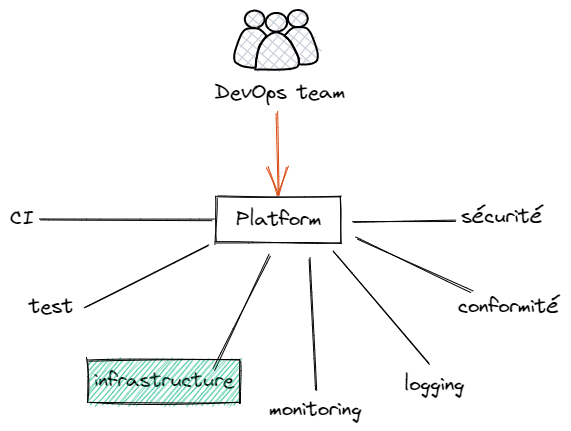
Earlier version of the Excalidraw export snowcamp_2023/assets/platform-infra.excalidraw.png (ojacques/presentations). Source tidied: one line per element, renumbered; positions are measured from the earlier drawing's top-left corner, leaving out a move shared by most shapes.
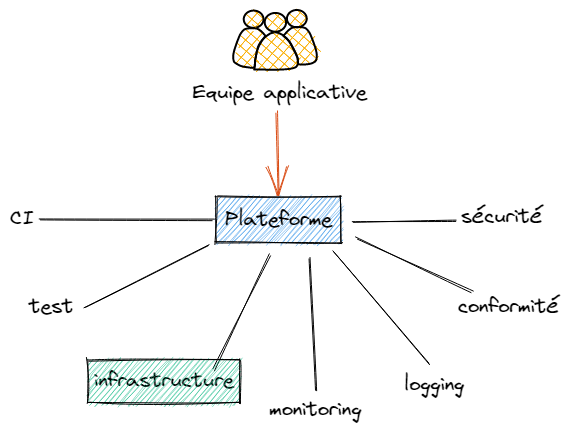
The same diagram one commit later.

Change to the diagram source:
```diff
@@ -5,8 +5,8 @@
 {"id": 4, "type": "text", "text": "CI", "strokeColor": "#000000", "strokeWidth": 1, "roughness": 1, "fontSize": 20, "fontFamily": 1, "x": 0, "y": 196, "width": 26, "height": 25}
 {"id": 5, "type": "text", "text": "logging", "strokeColor": "#000000", "strokeWidth": 1, "roughness": 1, "fontSize": 20, "fontFamily": 1, "x": 394, "y": 362, "width": 62, "height": 25}
 {"id": 6, "type": "text", "text": "test", "strokeColor": "#000000", "strokeWidth": 1, "roughness": 1, "fontSize": 20, "fontFamily": 1, "x": 19, "y": 284, "width": 46, "height": 25}
-{"id": 7, "type": "rectangle", "strokeColor": "#000000", "strokeWidth": 1, "roughness": 1, "x": 206, "y": 187, "width": 125, "height": 46}
+{"id": 7, "type": "rectangle", "strokeColor": "#000000", "backgroundColor": "#228be6", "fillStyle": "hachure", "strokeWidth": 1, "roughness": 1, "x": 206, "y": 187, "width": 125, "height": 46}
-{"id": 8, "type": "text", "text": "Platform", "strokeColor": "#000000", "strokeWidth": 1, "roughness": 1, "fontSize": 20, "fontFamily": 1, "textAlign": "center", "verticalAlign": "middle", "inside": 7, "x": 225, "y": 197, "width": 87, "height": 25}
+{"id": 8, "type": "text", "text": "Plateforme", "strokeColor": "#000000", "strokeWidth": 1, "roughness": 1, "fontSize": 20, "fontFamily": 1, "textAlign": "center", "verticalAlign": "middle", "inside": 7, "x": 214, "y": 197, "width": 109, "height": 25}
 {"id": 9, "type": "line", "strokeColor": "#000000", "strokeWidth": 1, "roughness": 1, "x": 30, "y": 210, "width": 173, "height": 0, "points": [[0, 0], [173, 0]]}
 {"id": 10, "type": "line", "strokeColor": "#000000", "strokeWidth": 1, "roughness": 1, "x": 75, "y": 297, "width": 124, "height": 61, "points": [[0, 0], [124, -61]]}
 {"id": 11, "type": "line", "strokeColor": "#000000", "strokeWidth": 1, "roughness": 1, "x": 204, "y": 360, "width": 57, "height": 114, "points": [[0, 0], [57, -114]]}
@@ -14,12 +14,12 @@
 {"id": 13, "type": "line", "strokeColor": "#000000", "strokeWidth": 1, "roughness": 1, "x": 323, "y": 243, "width": 96, "height": 111, "points": [[0, 0], [96, 111]]}
 {"id": 14, "type": "line", "strokeColor": "#000000", "strokeWidth": 1, "roughness": 1, "x": 346, "y": 228, "width": 116, "height": 54, "points": [[0, 0], [116, 54]]}
 {"id": 15, "type": "line", "strokeColor": "#000000", "strokeWidth": 1, "roughness": 1, "x": 343, "y": 212, "width": 102, "height": 1, "points": [[0, 0], [102, -1]]}
-{"id": 16, "type": "text", "text": "DevOps team", "strokeColor": "#000000", "backgroundColor": "white", "fillStyle": "solid", "strokeWidth": 1, "roughness": 1, "fontSize": 20, "fontFamily": 1, "x": 205, "y": 70, "width": 132, "height": 25}
+{"id": 16, "type": "text", "text": "Equipe applicative", "strokeColor": "#000000", "backgroundColor": "white", "fillStyle": "solid", "strokeWidth": 1, "roughness": 1, "fontSize": 20, "fontFamily": 1, "x": 183, "y": 70, "width": 176, "height": 25}
-{"id": 17, "type": "ellipse", "strokeColor": "#000000", "backgroundColor": "#ced4da", "fillStyle": "cross-hatch", "strokeWidth": 2, "roughness": 0, "x": 278, "y": 0, "width": 20, "height": 17}
+{"id": 17, "type": "ellipse", "strokeColor": "#000000", "backgroundColor": "#fab005", "fillStyle": "cross-hatch", "strokeWidth": 2, "roughness": 0, "x": 277, "y": 0, "width": 20, "height": 17}
-{"id": 18, "type": "ellipse", "strokeColor": "#000000", "backgroundColor": "#ced4da", "fillStyle": "cross-hatch", "strokeWidth": 2, "roughness": 0, "x": 235, "y": 1, "width": 20, "height": 17}
+{"id": 18, "type": "ellipse", "strokeColor": "#000000", "backgroundColor": "#fab005", "fillStyle": "cross-hatch", "strokeWidth": 2, "roughness": 0, "x": 234, "y": 1, "width": 20, "height": 17}
-{"id": 19, "type": "line", "strokeColor": "#000000", "backgroundColor": "#ced4da", "fillStyle": "cross-hatch", "strokeWidth": 2, "roughness": 0, "x": 245, "y": 60, "width": 42, "height": 37, "points": [[0, 0], [5, -25], [20, -37], [35, -27], [42, -3], [0, 0]]}
+{"id": 19, "type": "line", "strokeColor": "#000000", "backgroundColor": "#fab005", "fillStyle": "cross-hatch", "strokeWidth": 2, "roughness": 0, "x": 244, "y": 60, "width": 42, "height": 37, "points": [[0, 0], [5, -25], [20, -37], [35, -27], [42, -3], [0, 0]]}
-{"id": 20, "type": "ellipse", "strokeColor": "#000000", "backgroundColor": "#ced4da", "fillStyle": "cross-hatch", "strokeWidth": 2, "roughness": 0, "x": 256, "y": 3, "width": 21, "height": 19}
+{"id": 20, "type": "ellipse", "strokeColor": "#000000", "backgroundColor": "#fab005", "fillStyle": "cross-hatch", "strokeWidth": 2, "roughness": 0, "x": 255, "y": 3, "width": 21, "height": 19}
-{"id": 21, "type": "line", "strokeColor": "#000000", "backgroundColor": "#ced4da", "fillStyle": "cross-hatch", "strokeWidth": 2, "roughness": 0, "x": 274, "y": 26, "width": 33, "height": 37, "points": [[0, 0], [5, -6], [10, -8], [17, -9], [22, -8], [26, -4], [28, 2], [31, 8], [33, 14], [33, 20], [33, 25], [29, 27], [25, 28], [19, 29], [15, 28], [14, 22], [13, 19], [10, 13], [6, 6], [0, 0]]}
+{"id": 21, "type": "line", "strokeColor": "#000000", "backgroundColor": "#fab005", "fillStyle": "cross-hatch", "strokeWidth": 2, "roughness": 0, "x": 273, "y": 26, "width": 33, "height": 37, "points": [[0, 0], [5, -6], [10, -8], [17, -9], [22, -8], [26, -4], [28, 2], [31, 8], [33, 14], [33, 20], [33, 25], [29, 27], [25, 28], [19, 29], [15, 28], [14, 22], [13, 19], [10, 13], [6, 6], [0, 0]]}
-{"id": 22, "type": "line", "strokeColor": "#000000", "backgroundColor": "#ced4da", "fillStyle": "cross-hatch", "strokeWidth": 2, "roughness": 0, "x": 256, "y": 26, "width": 32, "height": 39, "points": [[0, 0], [-4, -4], [-8, -7], [-16, -8], [-21, -6], [-25, -2], [-27, 3], [-29, 9], [-31, 16], [-32, 21], [-31, 26], [-28, 28], [-24, 30], [-18, 31], [-11, 31], [-10, 24], [-10, 21], [-8, 15], [-5, 7], [0, 0]]}
+{"id": 22, "type": "line", "strokeColor": "#000000", "backgroundColor": "#fab005", "fillStyle": "cross-hatch", "strokeWidth": 2, "roughness": 0, "x": 255, "y": 26, "width": 32, "height": 39, "points": [[0, 0], [-4, -4], [-8, -7], [-16, -8], [-21, -6], [-25, -2], [-27, 3], [-29, 9], [-31, 16], [-32, 21], [-31, 26], [-28, 28], [-24, 30], [-18, 31], [-11, 31], [-10, 24], [-10, 21], [-8, 15], [-5, 7], [0, 0]]}
 {"id": 23, "type": "arrow", "strokeColor": "#d9480f", "strokeWidth": 1, "roughness": 1, "endArrowhead": "arrow", "from": 16, "to": 7, "x": 268, "y": 102, "width": 1, "height": 82, "points": [[0, 0], [1, 82]]}
 {"id": 24, "type": "rectangle", "strokeColor": "#000000", "backgroundColor": "#12b886", "fillStyle": "hachure", "strokeWidth": 1, "roughness": 1, "x": 78, "y": 349, "width": 152, "height": 44}
```
